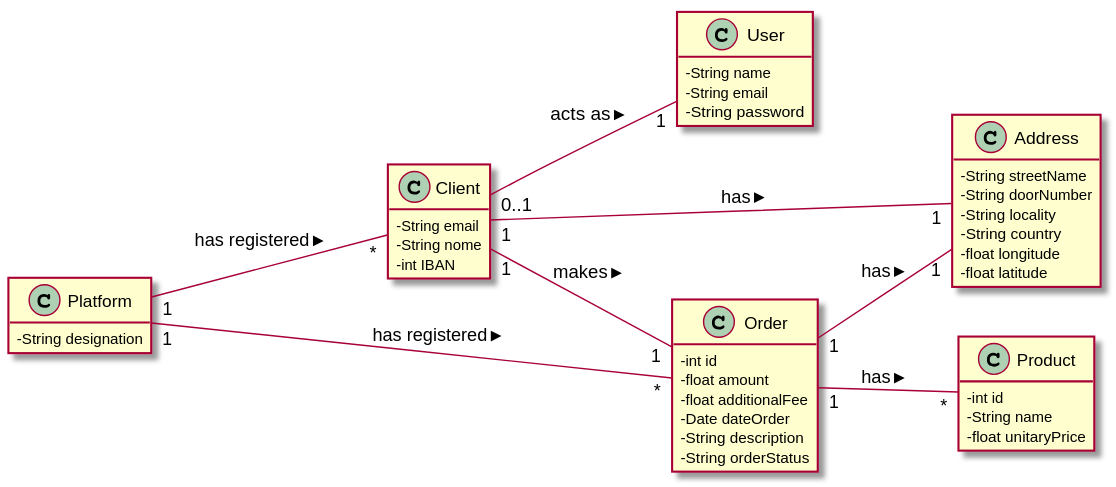
Above: docs/Iteration 1/Make An Order/US25_MakeAnOrder/US25_DM.svg in tiagoavcosta25/LAPR3 (PlantUML), before the change.
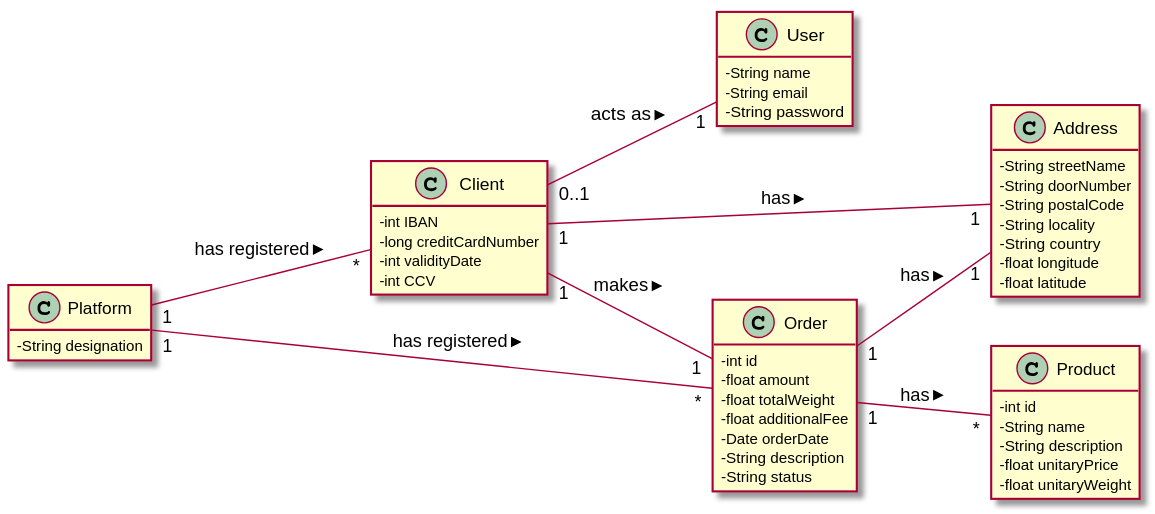
Above is the later version.

Commit message:
LAPR2AP2-25 #fixing Make An Order [Analysis]

What changed in the source:
```diff
@@ -7,9 +7,10 @@
 -   String designation
 }
 class Client{
--   String email
--   String nome
 -   int IBAN
+-   long creditCardNumber
+-   int validityDate
+-   int CCV
 }
 
 class User{
@@ -21,6 +22,7 @@
 class Address{
 -   String streetName
 -   String doorNumber
+-   String postalCode
 -   String locality
 -   String country
 -   float longitude
@@ -30,16 +32,19 @@
 class Order{
 -   int id
 -   float amount
+-   float totalWeight
 -   float additionalFee
--   Date dateOrder
+-   Date orderDate
 -   String description
--   String orderStatus
+-   String status
 }
 
 class Product{
 -   int id
 -   String name
+-   String description
 -   float unitaryPrice
+-   float unitaryWeight
 }
 
 Platform "1" -- "*" Client : has registered >
```
